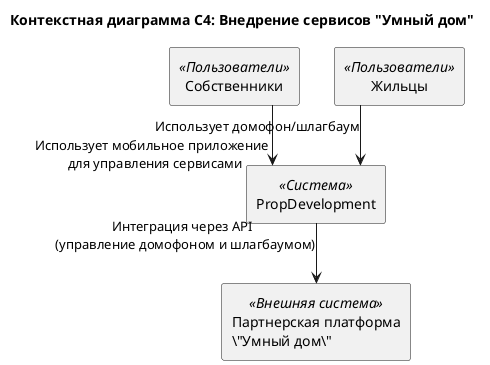
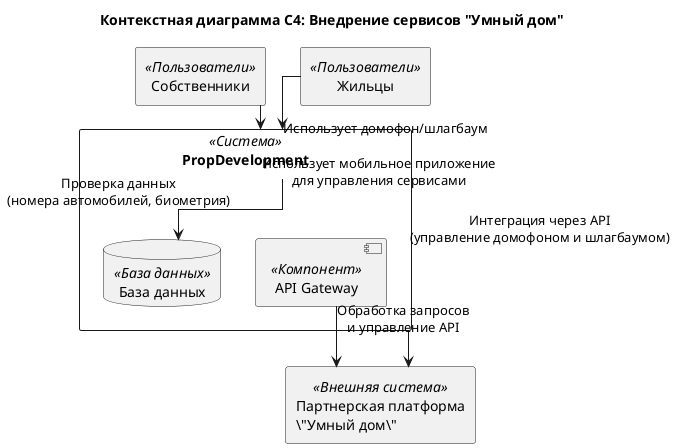
@startuml
!define RECTANGLE class

skinparam linetype ortho

title Контекстная диаграмма C4: Внедрение сервисов "Умный дом"

rectangle "Собственники" as Собственники <<Пользователи>> {
}

rectangle "Жильцы" as Жильцы <<Пользователи>> {
}

rectangle "Партнерская платформа\n\"Умный дом\"" as ПартнерскаяПлатформа <<Внешняя система>> {
}

rectangle "PropDevelopment" as PropDevelopment <<Система>> {
+     component "API Gateway" as APIGateway <<Компонент>> {
+     }
+     database "База данных" as БазаДанных <<База данных>> {
+     }
}

- Собственники --> PropDevelopment : Использует мобильное приложение \n для управления сервисами
+ Собственники --> PropDevelopment : Использует мобильное приложение\nдля управления сервисами
Жильцы --> PropDevelopment : Использует домофон/шлагбаум
- PropDevelopment --> ПартнерскаяПлатформа : Интеграция через API \n (управление домофоном и шлагбаумом)
+ PropDevelopment --> ПартнерскаяПлатформа : Интеграция через API\n(управление домофоном и шлагбаумом)
+ PropDevelopment --> БазаДанных : Проверка данных\n(номера автомобилей, биометрия)
+ APIGateway --> ПартнерскаяПлатформа : Обработка запросов\nи управление API

@enduml